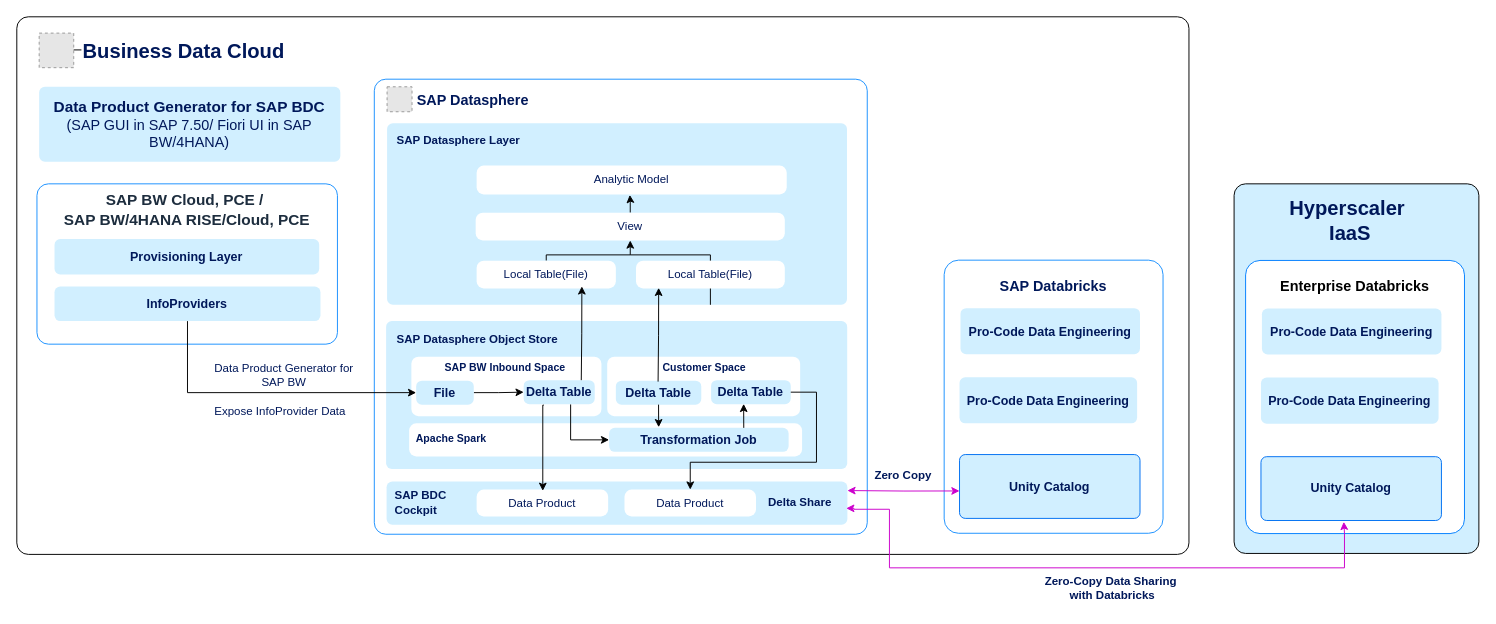
Above: docs/ref-arch/RA0013/4-modernizing-sap-bw-with-sap-bdc/drawio/bw-approach-3.drawio in SAP/architecture-center (draw.io), before the change. Source tidied: cells renumbered, new cells numbered last; positions are measured from the earlier drawing's top-left corner, leaving out a move shared by most shapes. Both pictures are drawn from the tidied source at 96%, with x=0, y=0 at pixel (16, 16). Pictures stored in the file or linked from it are replaced by grey dashed boxes.
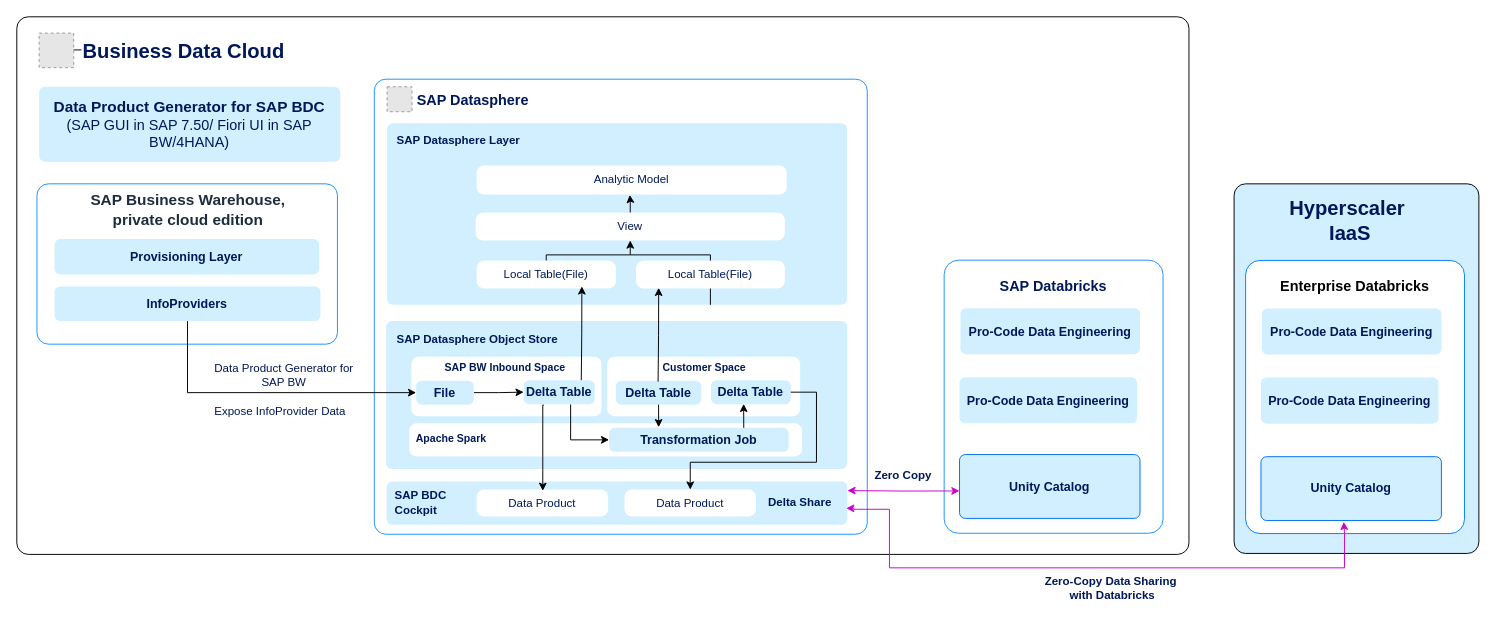
The same page after the edit.

Change to the diagram source:
```diff
@@
-    <mxCell id="8" value="&lt;font face=&quot;arial&quot; style=&quot;font-size: 16px;&quot;&gt;&lt;b style=&quot;font-size: 16px;&quot;&gt;SAP BW Cloud, PCE /&amp;nbsp;&lt;/b&gt;&lt;/font&gt;&lt;div&gt;&lt;font face=&quot;arial&quot; style=&quot;font-size: 16px;&quot;&gt;&lt;b style=&quot;font-size: 16px;&quot;&gt;SAP BW/4HANA RISE/Cloud, PCE&lt;/b&gt;&lt;/font&gt;&lt;/div&gt;" style="text;html=1;align=center;verticalAlign=middle;strokeColor=none;fillColor=none;fontSize=12;fontColor=#1D2D3E;fontFamily=Helvetica;" parent="1" vertex="1">
-      <mxGeometry x="40.2" y="176" width="274" height="50" as="geometry" />
+    <mxCell id="8" value="&lt;div&gt;&lt;font style=&quot;font-size: 16px;&quot; face=&quot;arial&quot;&gt;&lt;b&gt;SAP Business Warehouse,&lt;/b&gt;&lt;/font&gt;&lt;/div&gt;&lt;div&gt;&lt;font style=&quot;font-size: 16px;&quot; face=&quot;arial&quot;&gt;&lt;b&gt;private cloud edition&lt;/b&gt;&lt;/font&gt;&lt;/div&gt;" style="text;html=1;align=center;verticalAlign=middle;strokeColor=none;fillColor=none;fontSize=12;fontColor=#1D2D3E;fontFamily=Helvetica;" parent="1" vertex="1">
+      <mxGeometry x="67.2" y="176" width="221" height="50" as="geometry" />
     </mxCell>
```
